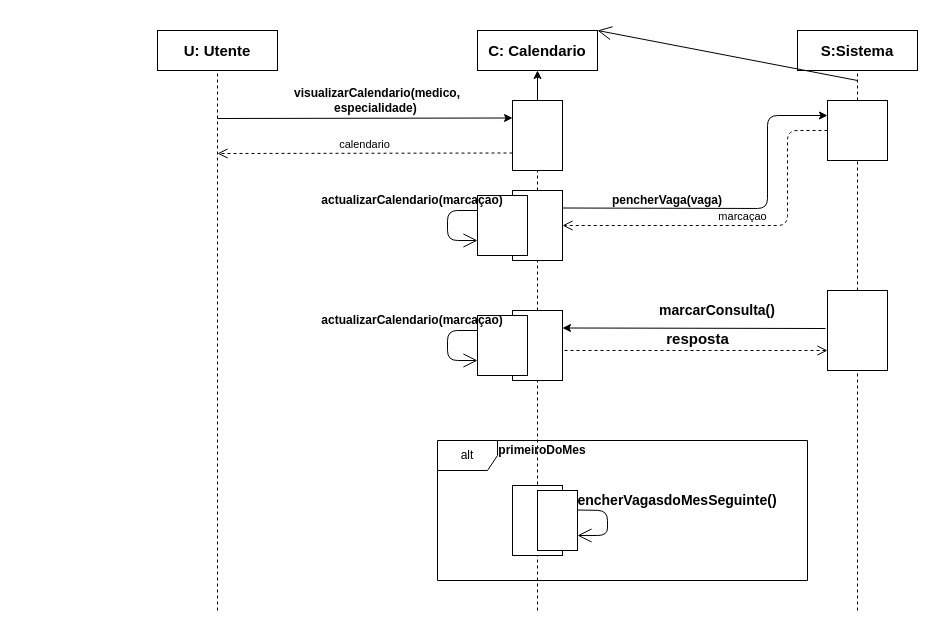
Earlier version of the draw.io diagram DiagramaDeSequencia-calendario.drawio (getSierralta/Si-Centro-Hospitalar-Upskill). Source tidied: cells renumbered, new cells numbered last; positions are measured from the earlier drawing's top-left corner, leaving out a move shared by most shapes. Both pictures are drawn from the tidied source at 100%, with x=0, y=0 at pixel (157, 30).
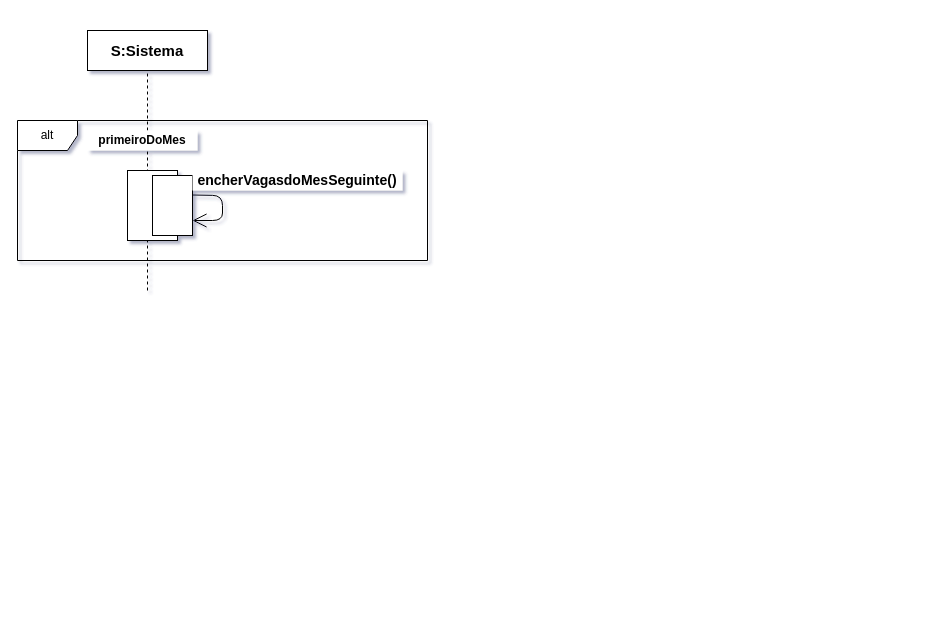
Above is the later version.

The edit, as a diff of the source:
```diff
@@
-<mxGraphModel>
+<mxGraphModel shadow="1">
@@
-    <mxCell id="2" value="&lt;b&gt;&lt;font style=&quot;font-size: 15px&quot;&gt;U: Utente&lt;/font&gt;&lt;/b&gt;" style="text;html=1;align=center;verticalAlign=middle;whiteSpace=wrap;rounded=0;fillColor=#ffffff;strokeColor=#000000;" parent="1" vertex="1">
-      <mxGeometry width="120" height="40" as="geometry" />
-    </mxCell>
-    <mxCell id="3" value="&lt;span style=&quot;font-size: 15px&quot;&gt;&lt;b&gt;C: Calendario&lt;/b&gt;&lt;/span&gt;" style="text;html=1;align=center;verticalAlign=middle;whiteSpace=wrap;rounded=0;fillColor=#ffffff;strokeColor=#000000;" parent="1" vertex="1">
-      <mxGeometry x="320" width="120" height="40" as="geometry" />
-    </mxCell>
     <mxCell id="4" value="&lt;span style=&quot;font-size: 15px&quot;&gt;&lt;b&gt;S:Sistema&lt;/b&gt;&lt;/span&gt;" style="text;html=1;align=center;verticalAlign=middle;whiteSpace=wrap;rounded=0;fillColor=#ffffff;strokeColor=#000000;" parent="1" vertex="1">
-      <mxGeometry x="640" width="120" height="40" as="geometry" />
+      <mxGeometry x="-70" width="120" height="40" as="geometry" />
     </mxCell>
-    <mxCell id="5" style="endArrow=none;dashed=1;html=1;entryX=0.5;entryY=1;entryDx=0;entryDy=0;" parent="1" edge="1" target="2">
-      <mxGeometry relative="1" as="geometry">
-        <mxPoint x="60" y="580" as="sourcePoint" />
-      </mxGeometry>
-    </mxCell>
-    <mxCell id="6" style="endArrow=none;dashed=1;html=1;entryX=0.5;entryY=1;entryDx=0;entryDy=0;" parent="1" edge="1" target="3">
-      <mxGeometry relative="1" as="geometry">
-        <mxPoint x="380" y="580" as="sourcePoint" />
-      </mxGeometry>
-    </mxCell>
-    <mxCell id="7" style="endArrow=none;dashed=1;html=1;entryX=0.5;entryY=1;entryDx=0;entryDy=0;" parent="1" edge="1" source="14" target="4">
-      <mxGeometry relative="1" as="geometry" />
+    <mxCell id="7" style="endArrow=none;dashed=1;html=1;entryX=0.5;entryY=1;entryDx=0;entryDy=0;" parent="1" edge="1" target="4">
+      <mxGeometry relative="1" as="geometry">
+        <mxPoint x="-10" y="160" as="sourcePoint" />
+      </mxGeometry>
     </mxCell>
-    <mxCell id="8" style="edgeStyle=orthogonalEdgeStyle;rounded=0;jettySize=auto;html=1;" parent="1" edge="1" source="9" target="3">
-      <mxGeometry relative="1" as="geometry" />
-    </mxCell>
-    <mxCell id="9" style="rounded=0;whiteSpace=wrap;html=1;strokeColor=#000000;fillColor=#ffffff;" parent="1" vertex="1">
-      <mxGeometry x="355" y="70" width="50" height="70" as="geometry" />
-    </mxCell>
-    <mxCell id="10" style="endArrow=classic;html=1;entryX=0;entryY=0.25;entryDx=0;entryDy=0;" parent="1" edge="1" target="9">
-      <mxGeometry relative="1" as="geometry">
-        <mxPoint x="60" y="88" as="sourcePoint" />
-      </mxGeometry>
-    </mxCell>
-    <mxCell id="11" value="calendario" style="html=1;verticalAlign=bottom;endArrow=open;dashed=1;endSize=8;exitX=0;exitY=0.75;exitDx=0;exitDy=0;" parent="1" edge="1" source="9">
-      <mxGeometry relative="1" as="geometry">
-        <mxPoint x="60" y="123" as="targetPoint" />
-      </mxGeometry>
-    </mxCell>
-    <mxCell id="12" value="&lt;b&gt;visualizarCalendario(medico, especialidade)&amp;nbsp;&lt;/b&gt;" style="text;html=1;strokeColor=none;fillColor=none;align=center;verticalAlign=middle;whiteSpace=wrap;rounded=0;" parent="1" vertex="1">
-      <mxGeometry x="130" y="60" width="180" height="20" as="geometry" />
-    </mxCell>
-    <mxCell id="13" style="rounded=0;whiteSpace=wrap;html=1;" parent="1" vertex="1">
-      <mxGeometry x="355" y="160" width="50" height="70" as="geometry" />
-    </mxCell>
-    <mxCell id="14" style="rounded=0;whiteSpace=wrap;html=1;strokeColor=#000000;fillColor=#ffffff;" parent="1" vertex="1">
-      <mxGeometry x="670" y="70" width="60" height="60" as="geometry" />
-    </mxCell>
-    <mxCell id="15" style="endArrow=none;dashed=1;html=1;entryX=0.5;entryY=1;entryDx=0;entryDy=0;" parent="1" edge="1" source="22" target="14">
-      <mxGeometry relative="1" as="geometry" />
+    <mxCell id="15" style="endArrow=none;dashed=1;html=1;entryX=0.5;entryY=1;entryDx=0;entryDy=0;" parent="1" edge="1">
+      <mxGeometry relative="1" as="geometry">
+        <mxPoint x="-10" y="260" as="sourcePoint" />
+        <mxPoint x="-10" y="150" as="targetPoint" />
+      </mxGeometry>
     </mxCell>
-    <mxCell id="16" style="endArrow=classic;html=1;exitX=1;exitY=0.25;exitDx=0;exitDy=0;entryX=0;entryY=0.25;entryDx=0;entryDy=0;" parent="1" edge="1" source="13" target="14">
-      <mxGeometry relative="1" as="geometry">
-        <Array as="points">
-          <mxPoint x="610" y="178" />
-          <mxPoint x="610" y="85" />
-        </Array>
-      </mxGeometry>
-    </mxCell>
-    <mxCell id="17" value="&lt;b&gt;pencherVaga(vaga)&lt;/b&gt;" style="text;html=1;strokeColor=none;fillColor=none;align=center;verticalAlign=middle;whiteSpace=wrap;rounded=0;" parent="1" vertex="1">
-      <mxGeometry x="420" y="160" width="180" height="20" as="geometry" />
-    </mxCell>
-    <mxCell id="18" value="marcaçao" style="html=1;verticalAlign=bottom;endArrow=open;dashed=1;endSize=8;exitX=0;exitY=0.5;exitDx=0;exitDy=0;entryX=1;entryY=0.5;entryDx=0;entryDy=0;" parent="1" edge="1" source="14" target="13">
-      <mxGeometry relative="1" as="geometry">
-        <Array as="points">
-          <mxPoint x="630" y="100" />
-          <mxPoint x="630" y="195" />
-        </Array>
-      </mxGeometry>
-    </mxCell>
-    <mxCell id="19" style="rounded=0;whiteSpace=wrap;html=1;strokeColor=#000000;fillColor=#ffffff;" parent="1" vertex="1">
-      <mxGeometry x="320" y="165" width="50" height="60" as="geometry" />
-    </mxCell>
-    <mxCell id="20" style="endArrow=open;endFill=1;endSize=12;html=1;exitX=0;exitY=0.25;exitDx=0;exitDy=0;entryX=0;entryY=0.75;entryDx=0;entryDy=0;" parent="1" edge="1" source="19" target="19">
-      <mxGeometry relative="1" as="geometry">
-        <Array as="points">
-          <mxPoint x="290" y="180" />
-          <mxPoint x="290" y="210" />
-        </Array>
-      </mxGeometry>
-    </mxCell>
-    <mxCell id="21" value="&lt;b&gt;actualizarCalendario(marcaçao)&lt;/b&gt;" style="text;html=1;strokeColor=none;fillColor=none;align=center;verticalAlign=middle;whiteSpace=wrap;rounded=0;" parent="1" vertex="1">
-      <mxGeometry x="170" y="160" width="170" height="20" as="geometry" />
-    </mxCell>
-    <mxCell id="22" style="rounded=0;whiteSpace=wrap;html=1;strokeColor=#000000;fillColor=#ffffff;" parent="1" vertex="1">
-      <mxGeometry x="670" y="260" width="60" height="80" as="geometry" />
-    </mxCell>
-    <mxCell id="23" style="endArrow=none;dashed=1;html=1;entryX=0.5;entryY=1;entryDx=0;entryDy=0;" parent="1" edge="1" target="22">
-      <mxGeometry relative="1" as="geometry">
-        <mxPoint x="700" y="580" as="sourcePoint" />
-      </mxGeometry>
-    </mxCell>
-    <mxCell id="24" style="rounded=0;whiteSpace=wrap;html=1;strokeColor=#000000;fillColor=#ffffff;" parent="1" vertex="1">
-      <mxGeometry x="355" y="280" width="50" height="70" as="geometry" />
-    </mxCell>
-    <mxCell id="25" style="endArrow=classic;html=1;entryX=1;entryY=0.25;entryDx=0;entryDy=0;" parent="1" edge="1" target="24">
-      <mxGeometry relative="1" as="geometry">
-        <mxPoint x="668" y="298" as="sourcePoint" />
-      </mxGeometry>
-    </mxCell>
-    <mxCell id="26" value="marcarConsulta()" style="text;html=1;strokeColor=none;fillColor=none;align=center;verticalAlign=middle;whiteSpace=wrap;rounded=0;fontStyle=1;fontSize=14;" parent="1" vertex="1">
-      <mxGeometry x="470" y="270" width="180" height="20" as="geometry" />
-    </mxCell>
-    <mxCell id="27" value="&lt;b&gt;&lt;font style=&quot;font-size: 15px&quot;&gt;resposta&lt;/font&gt;&lt;/b&gt;" style="html=1;verticalAlign=bottom;endArrow=open;dashed=1;endSize=8;entryX=0;entryY=0.75;entryDx=0;entryDy=0;" parent="1" edge="1" target="22">
-      <mxGeometry x="0.01" relative="1" as="geometry">
-        <mxPoint x="407" y="320" as="sourcePoint" />
-        <Array as="points">
-          <mxPoint x="440" y="320" />
-        </Array>
-      </mxGeometry>
-    </mxCell>
-    <mxCell id="28" style="rounded=0;whiteSpace=wrap;html=1;strokeColor=#000000;fillColor=#ffffff;" parent="1" vertex="1">
-      <mxGeometry x="320" y="285" width="50" height="60" as="geometry" />
-    </mxCell>
-    <mxCell id="29" style="endArrow=open;endFill=1;endSize=12;html=1;exitX=0;exitY=0.25;exitDx=0;exitDy=0;entryX=0;entryY=0.75;entryDx=0;entryDy=0;" parent="1" edge="1" source="28" target="28">
-      <mxGeometry relative="1" as="geometry">
-        <Array as="points">
-          <mxPoint x="290" y="300" />
-          <mxPoint x="290" y="330" />
-        </Array>
-      </mxGeometry>
-    </mxCell>
-    <mxCell id="30" value="&lt;b&gt;actualizarCalendario(marcaçao)&lt;/b&gt;" style="text;html=1;strokeColor=none;fillColor=none;align=center;verticalAlign=middle;whiteSpace=wrap;rounded=0;" parent="1" vertex="1">
-      <mxGeometry x="170" y="280" width="170" height="20" as="geometry" />
-    </mxCell>
     <mxCell id="31" value="alt" style="shape=umlFrame;whiteSpace=wrap;html=1;strokeColor=#000000;fillColor=#ffffff;" parent="1" vertex="1">
-      <mxGeometry x="280" y="410" width="370" height="140" as="geometry" />
+      <mxGeometry x="-140" y="90" width="410" height="140" as="geometry" />
     </mxCell>
-    <mxCell id="32" value="&lt;b&gt;primeiroDoMes&lt;/b&gt;" style="text;html=1;strokeColor=none;fillColor=none;align=center;verticalAlign=middle;whiteSpace=wrap;rounded=0;" parent="1" vertex="1">
-      <mxGeometry x="300" y="410" width="170" height="20" as="geometry" />
+    <mxCell id="32" value="&lt;b&gt;primeiroDoMes&lt;/b&gt;" style="text;html=1;strokeColor=none;align=center;verticalAlign=middle;whiteSpace=wrap;rounded=0;fillColor=#ffffff;" parent="1" vertex="1">
+      <mxGeometry x="-70" y="100" width="110" height="20" as="geometry" />
     </mxCell>
     <mxCell id="33" style="rounded=0;whiteSpace=wrap;html=1;strokeColor=#000000;fillColor=#ffffff;" parent="1" vertex="1">
-      <mxGeometry x="355" y="455" width="50" height="70" as="geometry" />
+      <mxGeometry x="-30" y="140" width="50" height="70" as="geometry" />
     </mxCell>
     <mxCell id="34" style="rounded=0;whiteSpace=wrap;html=1;strokeColor=#000000;fillColor=#ffffff;" parent="1" vertex="1">
-      <mxGeometry x="380" y="460" width="40" height="60" as="geometry" />
+      <mxGeometry x="-5" y="145" width="40" height="60" as="geometry" />
     </mxCell>
     <mxCell id="35" style="endArrow=open;endFill=1;endSize=12;html=1;entryX=1;entryY=0.75;entryDx=0;entryDy=0;" parent="1" edge="1" target="34">
       <mxGeometry relative="1" as="geometry">
-        <mxPoint x="420" y="479.5" as="sourcePoint" />
+        <mxPoint x="35" y="164.5" as="sourcePoint" />
         <Array as="points">
-          <mxPoint x="450" y="480" />
-          <mxPoint x="450" y="505" />
+          <mxPoint x="65" y="165" />
+          <mxPoint x="65" y="190" />
         </Array>
       </mxGeometry>
     </mxCell>
-    <mxCell id="36" value="encherVagasdoMesSeguinte()" style="text;html=1;strokeColor=none;fillColor=none;align=center;verticalAlign=middle;whiteSpace=wrap;rounded=0;fontStyle=1;fontSize=14;" parent="1" vertex="1">
-      <mxGeometry x="430" y="460" width="180" height="20" as="geometry" />
+    <mxCell id="36" value="encherVagasdoMesSeguinte()" style="text;html=1;strokeColor=none;align=center;verticalAlign=middle;whiteSpace=wrap;rounded=0;fontStyle=1;fontSize=14;fillColor=#ffffff;" parent="1" vertex="1">
+      <mxGeometry x="35" y="140" width="210" height="20" as="geometry" />
     </mxCell>
-    <mxCell id="37" style="endArrow=open;endFill=1;endSize=12;html=1;entryX=1;entryY=0;entryDx=0;entryDy=0;" parent="1" edge="1" target="3">
-      <mxGeometry relative="1" as="geometry">
-        <mxPoint x="700" y="50" as="sourcePoint" />
-      </mxGeometry>
-    </mxCell>
```
